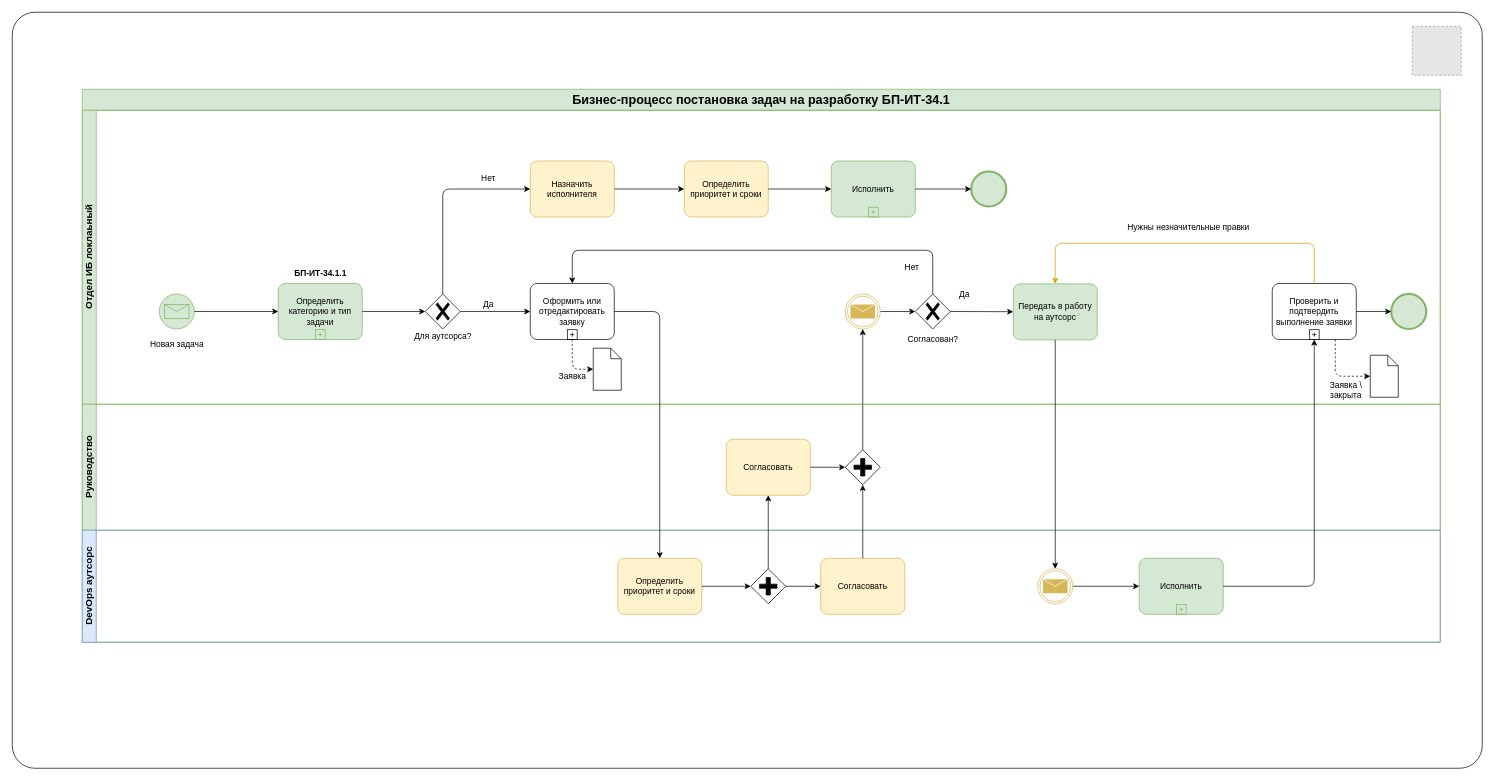
This is Рабочие примеры артефактов/BPMN бизнес-процессы поставновки задач в ИБ.drawio from Heritager-tech/Public_data, a draw.io file, before an edit. Source tidied: cells renumbered, new cells numbered last; positions are measured from the earlier drawing's top-left corner, leaving out a move shared by most shapes. Both pictures are drawn from the tidied source at 70%, with x=0, y=0 at pixel (12, 12). Pictures stored in the file or linked from it are replaced by grey dashed boxes.
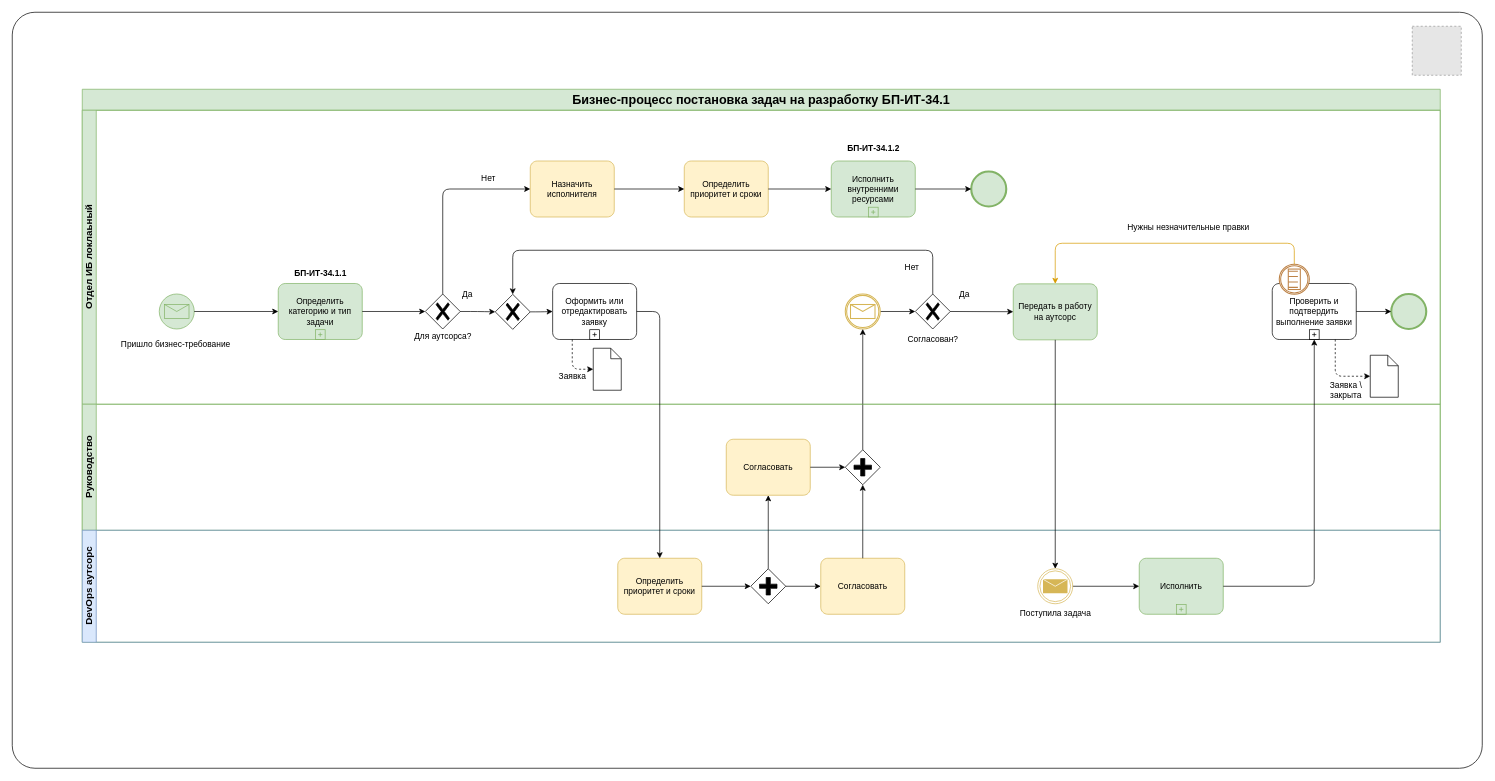
After the change.

Unchanged cells that the change refers to:
```xml
<mxCell id="4" value="&lt;font style=&quot;font-size: 14px;&quot;&gt;Отдел ИБ локлаьный&lt;/font&gt;" style="swimlane;html=1;startSize=20;horizontal=0;fillColor=#d5e8d4;strokeColor=#82b366;" parent="3" vertex="1">
  <mxGeometry y="30" width="1940" height="420" as="geometry" />
</mxCell>
<mxCell id="10" style="points=[[0.25,0.25,0],[0.5,0,0],[0.75,0.25,0],[1,0.5,0],[0.75,0.75,0],[0.5,1,0],[0.25,0.75,0],[0,0.5,0]];shape=mxgraph.bpmn.gateway2;html=1;verticalLabelPosition=bottom;labelBackgroundColor=#ffffff;verticalAlign=top;align=center;perimeter=rhombusPerimeter;outlineConnect=0;outline=none;symbol=none;gwType=exclusive;" parent="4" vertex="1">
  <mxGeometry x="490" y="262.5" width="50" height="50" as="geometry" />
</mxCell>
<mxCell id="18" value="Передать в работу на аутсорс" style="points=[[0.25,0,0],[0.5,0,0],[0.75,0,0],[1,0.25,0],[1,0.5,0],[1,0.75,0],[0.75,1,0],[0.5,1,0],[0.25,1,0],[0,0.75,0],[0,0.5,0],[0,0.25,0]];shape=mxgraph.bpmn.task;whiteSpace=wrap;rectStyle=rounded;size=10;html=1;taskMarker=abstract;fillColor=#d5e8d4;strokeColor=#82b366;" parent="4" vertex="1">
  <mxGeometry x="1330" y="248" width="120" height="80" as="geometry" />
</mxCell>
<mxCell id="20" style="points=[[0.25,0.25,0],[0.5,0,0],[0.75,0.25,0],[1,0.5,0],[0.75,0.75,0],[0.5,1,0],[0.25,0.75,0],[0,0.5,0]];shape=mxgraph.bpmn.gateway2;html=1;verticalLabelPosition=bottom;labelBackgroundColor=#ffffff;verticalAlign=top;align=center;perimeter=rhombusPerimeter;outlineConnect=0;outline=none;symbol=none;gwType=exclusive;" parent="4" vertex="1">
  <mxGeometry x="1190" y="262.5" width="50" height="50" as="geometry" />
</mxCell>
<mxCell id="35" value="Проверить и подтвердить выполнение заявки" style="points=[[0.25,0,0],[0.5,0,0],[0.75,0,0],[1,0.25,0],[1,0.5,0],[1,0.75,0],[0.75,1,0],[0.5,1,0],[0.25,1,0],[0,0.75,0],[0,0.5,0],[0,0.25,0]];shape=mxgraph.bpmn.task;whiteSpace=wrap;rectStyle=rounded;size=10;html=1;taskMarker=abstract;isLoopSub=1;" parent="4" vertex="1">
  <mxGeometry x="1700" y="247.5" width="120" height="80" as="geometry" />
</mxCell>
<mxCell id="48" value="&lt;font style=&quot;font-size: 14px;&quot;&gt;DevOps аутсорс&lt;/font&gt;" style="swimlane;html=1;startSize=20;horizontal=0;fillColor=#dae8fc;strokeColor=#6c8ebf;" parent="3" vertex="1">
  <mxGeometry y="630" width="1940" height="160" as="geometry" />
</mxCell>
```

Change to the diagram source:
```diff
@@
-    <mxCell id="6" value="Новая задача" style="text;html=1;align=center;verticalAlign=middle;strokeColor=none;fillColor=none;" parent="4" vertex="1">
-      <mxGeometry x="85" y="320" width="100" height="30" as="geometry" />
+    <mxCell id="6" value="Пришло бизнес-требование&amp;nbsp;" style="text;html=1;align=center;verticalAlign=middle;strokeColor=none;fillColor=none;" parent="4" vertex="1">
+      <mxGeometry x="45" y="320" width="180" height="30" as="geometry" />
     </mxCell>
@@
-    <mxCell id="9" style="edgeStyle=orthogonalEdgeStyle;html=1;exitX=1;exitY=0.5;exitDx=0;exitDy=0;exitPerimeter=0;" parent="4" edge="1" source="10" target="17">
+    <mxCell id="9" style="edgeStyle=orthogonalEdgeStyle;html=1;exitX=1;exitY=0.5;exitDx=0;exitDy=0;exitPerimeter=0;" parent="4" edge="1" source="66" target="17">
       <mxGeometry relative="1" as="geometry" />
     </mxCell>
@@
     <mxCell id="15" value="Да" style="text;html=1;align=center;verticalAlign=middle;strokeColor=none;fillColor=none;" parent="4" vertex="1">
-      <mxGeometry x="560" y="262.5" width="40" height="30" as="geometry" />
+      <mxGeometry x="530" y="247.5" width="40" height="30" as="geometry" />
     </mxCell>
@@
     <mxCell id="17" value="Оформить или отредактировать заявку" style="points=[[0.25,0,0],[0.5,0,0],[0.75,0,0],[1,0.25,0],[1,0.5,0],[1,0.75,0],[0.75,1,0],[0.5,1,0],[0.25,1,0],[0,0.75,0],[0,0.5,0],[0,0.25,0]];shape=mxgraph.bpmn.task;whiteSpace=wrap;rectStyle=rounded;size=10;html=1;taskMarker=abstract;isLoopSub=1;" parent="4" vertex="1">
-      <mxGeometry x="640" y="247.5" width="120" height="80" as="geometry" />
+      <mxGeometry x="672" y="247.5" width="120" height="80" as="geometry" />
     </mxCell>
@@
-    <mxCell id="27" style="points=[[0.145,0.145,0],[0.5,0,0],[0.855,0.145,0],[1,0.5,0],[0.855,0.855,0],[0.5,1,0],[0.145,0.855,0],[0,0.5,0]];shape=mxgraph.bpmn.event;html=1;verticalLabelPosition=bottom;labelBackgroundColor=#ffffff;verticalAlign=top;align=center;perimeter=ellipsePerimeter;outlineConnect=0;outline=throwing;symbol=message;fillColor=none;strokeColor=#d6b656;" parent="4" vertex="1">
+    <mxCell id="27" style="points=[[0.145,0.145,0],[0.5,0,0],[0.855,0.145,0],[1,0.5,0],[0.855,0.855,0],[0.5,1,0],[0.145,0.855,0],[0,0.5,0]];shape=mxgraph.bpmn.event;html=1;verticalLabelPosition=bottom;labelBackgroundColor=#ffffff;verticalAlign=top;align=center;perimeter=ellipsePerimeter;outlineConnect=0;outline=boundInt;symbol=message;fillColor=none;strokeColor=#d6b656;strokeWidth=1.5;" parent="4" vertex="1">
       <mxGeometry x="1090" y="262.5" width="50" height="50" as="geometry" />
     </mxCell>
@@
-    <mxCell id="29" style="edgeStyle=orthogonalEdgeStyle;html=1;exitX=0.5;exitY=0;exitDx=0;exitDy=0;exitPerimeter=0;entryX=0.5;entryY=0;entryDx=0;entryDy=0;entryPerimeter=0;" parent="4" edge="1" source="20" target="17">
+    <mxCell id="29" style="edgeStyle=orthogonalEdgeStyle;html=1;exitX=0.5;exitY=0;exitDx=0;exitDy=0;exitPerimeter=0;entryX=0.5;entryY=0;entryDx=0;entryDy=0;entryPerimeter=0;" parent="4" edge="1" source="20" target="66">
       <mxGeometry relative="1" as="geometry">
         <Array as="points">
           <mxPoint x="1215" y="200" />
-          <mxPoint x="700" y="200" />
+          <mxPoint x="615" y="200" />
         </Array>
       </mxGeometry>
     </mxCell>
@@
-    <mxCell id="31" value="Исполнить" style="points=[[0.25,0,0],[0.5,0,0],[0.75,0,0],[1,0.25,0],[1,0.5,0],[1,0.75,0],[0.75,1,0],[0.5,1,0],[0.25,1,0],[0,0.75,0],[0,0.5,0],[0,0.25,0]];shape=mxgraph.bpmn.task;whiteSpace=wrap;rectStyle=rounded;size=10;html=1;taskMarker=abstract;isLoopSub=1;fillColor=#d5e8d4;strokeColor=#82b366;" parent="4" vertex="1">
+    <mxCell id="31" value="Исполнить внутренними ресурсами" style="points=[[0.25,0,0],[0.5,0,0],[0.75,0,0],[1,0.25,0],[1,0.5,0],[1,0.75,0],[0.75,1,0],[0.5,1,0],[0.25,1,0],[0,0.75,0],[0,0.5,0],[0,0.25,0]];shape=mxgraph.bpmn.task;whiteSpace=wrap;rectStyle=rounded;size=10;html=1;taskMarker=abstract;isLoopSub=1;fillColor=#d5e8d4;strokeColor=#82b366;" parent="4" vertex="1">
       <mxGeometry x="1070" y="72.5" width="120" height="80" as="geometry" />
     </mxCell>
@@
+    <mxCell id="65" style="points=[[0.145,0.145,0],[0.5,0,0],[0.855,0.145,0],[1,0.5,0],[0.855,0.855,0],[0.5,1,0],[0.145,0.855,0],[0,0.5,0]];shape=mxgraph.bpmn.event;html=1;verticalLabelPosition=bottom;labelBackgroundColor=#ffffff;verticalAlign=top;align=center;perimeter=ellipsePerimeter;outlineConnect=0;outline=boundInt;symbol=conditional;strokeColor=#BD8348;strokeWidth=1.5;" parent="35" vertex="1">
+      <mxGeometry x="10" y="-27.5" width="43" height="43" as="geometry" />
+    </mxCell>
@@
-    <mxCell id="37" style="edgeStyle=orthogonalEdgeStyle;html=1;exitX=0.5;exitY=0;exitDx=0;exitDy=0;exitPerimeter=0;entryX=0.5;entryY=0;entryDx=0;entryDy=0;entryPerimeter=0;fillColor=#ffe6cc;strokeColor=#d79b00;" parent="4" edge="1" source="35" target="18">
+    <mxCell id="37" style="edgeStyle=orthogonalEdgeStyle;html=1;exitX=0.5;exitY=0;exitDx=0;exitDy=0;exitPerimeter=0;entryX=0.5;entryY=0;entryDx=0;entryDy=0;entryPerimeter=0;fillColor=#ffe6cc;strokeColor=#d79b00;" parent="4" edge="1" source="65" target="18">
       <mxGeometry relative="1" as="geometry">
         <Array as="points">
-          <mxPoint x="1760" y="190" />
+          <mxPoint x="1732" y="190" />
           <mxPoint x="1390" y="190" />
         </Array>
       </mxGeometry>
     </mxCell>
@@
+    <mxCell id="66" style="points=[[0.25,0.25,0],[0.5,0,0],[0.75,0.25,0],[1,0.5,0],[0.75,0.75,0],[0.5,1,0],[0.25,0.75,0],[0,0.5,0]];shape=mxgraph.bpmn.gateway2;html=1;verticalLabelPosition=bottom;labelBackgroundColor=#ffffff;verticalAlign=top;align=center;perimeter=rhombusPerimeter;outlineConnect=0;outline=none;symbol=none;gwType=exclusive;" parent="4" vertex="1">
+      <mxGeometry x="590" y="263" width="50" height="50" as="geometry" />
+    </mxCell>
+    <mxCell id="67" style="edgeStyle=orthogonalEdgeStyle;html=1;exitX=1;exitY=0.5;exitDx=0;exitDy=0;exitPerimeter=0;" parent="4" edge="1" source="10" target="66">
+      <mxGeometry relative="1" as="geometry" />
+    </mxCell>
+    <mxCell id="68" value="&lt;b&gt;БП-ИТ-34.1.2&lt;/b&gt;" style="text;html=1;align=center;verticalAlign=middle;strokeColor=none;fillColor=none;" parent="4" vertex="1">
+      <mxGeometry x="1080" y="40" width="100" height="30" as="geometry" />
+    </mxCell>
@@
-    <mxCell id="53" style="points=[[0.145,0.145,0],[0.5,0,0],[0.855,0.145,0],[1,0.5,0],[0.855,0.855,0],[0.5,1,0],[0.145,0.855,0],[0,0.5,0]];shape=mxgraph.bpmn.event;html=1;verticalLabelPosition=bottom;labelBackgroundColor=#ffffff;verticalAlign=top;align=center;perimeter=ellipsePerimeter;outlineConnect=0;outline=throwing;symbol=message;fillColor=none;strokeColor=#d6b656;" parent="48" vertex="1">
+    <mxCell id="53" value="Поступила задача" style="points=[[0.145,0.145,0],[0.5,0,0],[0.855,0.145,0],[1,0.5,0],[0.855,0.855,0],[0.5,1,0],[0.145,0.855,0],[0,0.5,0]];shape=mxgraph.bpmn.event;html=1;verticalLabelPosition=bottom;labelBackgroundColor=#ffffff;verticalAlign=top;align=center;perimeter=ellipsePerimeter;outlineConnect=0;outline=throwing;symbol=message;fillColor=none;strokeColor=#d6b656;" parent="48" vertex="1">
       <mxGeometry x="1365" y="55" width="50" height="50" as="geometry" />
     </mxCell>
```
